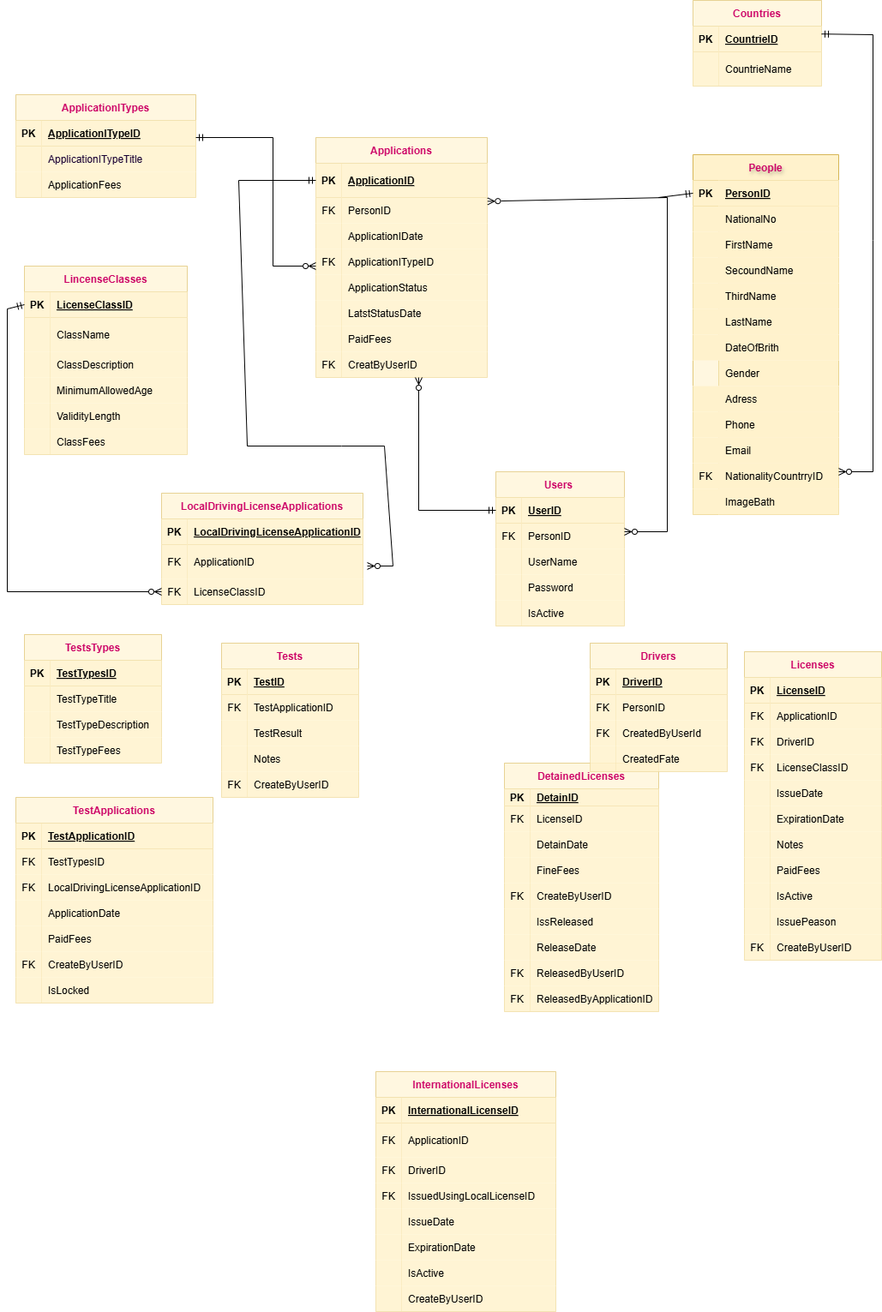
The draw.io diagram Untitled Diagram.drawio.png in azizadiab/Driving-License-Department, before a commit. Source tidied: cells renumbered, new cells last; positions are measured from the earlier drawing's top-left corner, leaving out a move shared by most shapes.
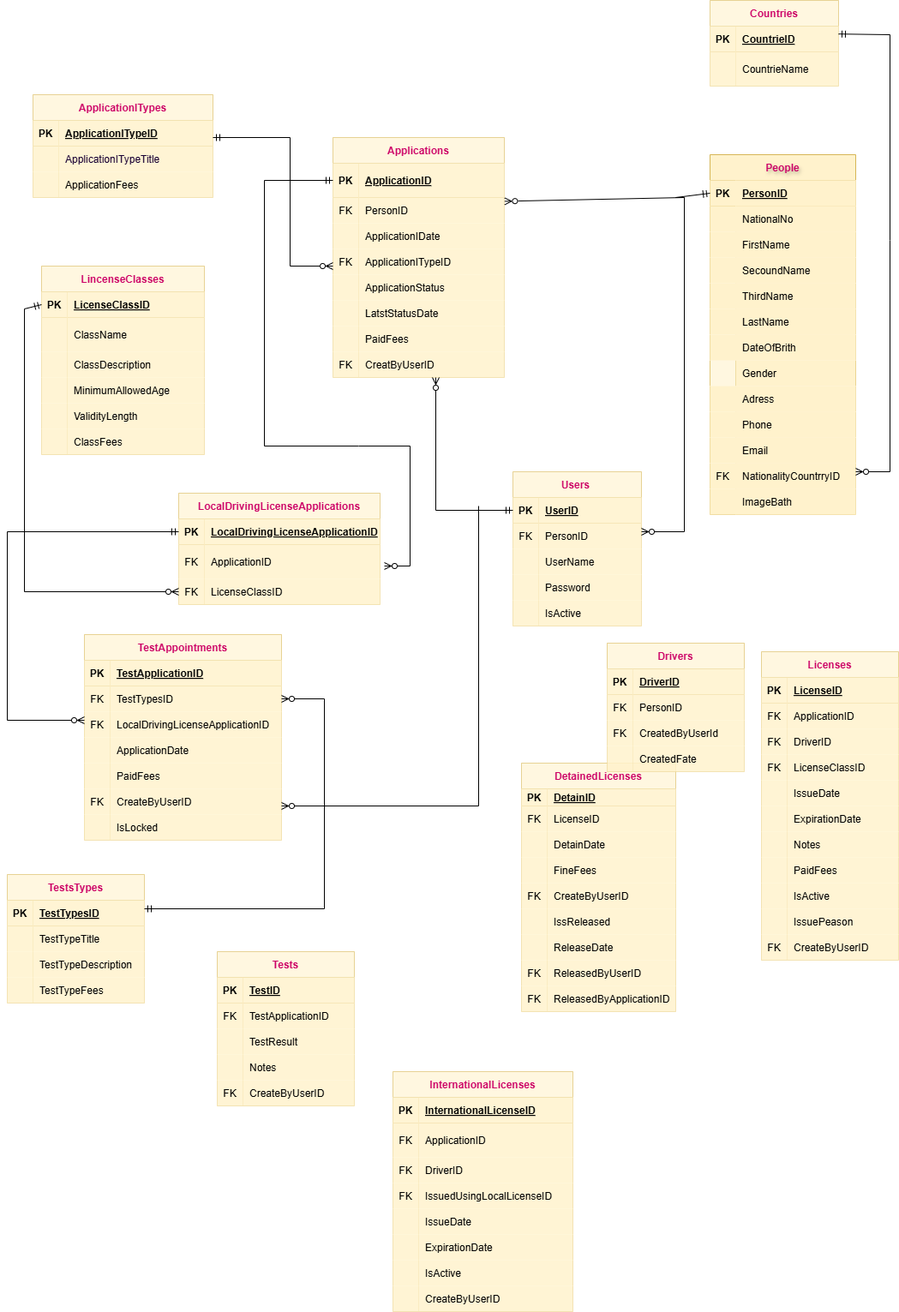
The same file after the commit.

The edit, as a diff of the source:
```diff
@@ -276,7 +276,7 @@
       <mxGeometry x="30" width="180" height="30" as="geometry" />
     </mxCell>
     <mxCell id="93" value="TestsTypes" style="shape=table;startSize=30;rowLines=0;fontStyle=1;align=center;opacity=60;fillColor=#fff2cc;strokeColor=#d6b656;fontColor=#CC0066;" parent="1" vertex="1">
-      <mxGeometry x="20" y="740" width="160" height="150" as="geometry" />
+      <mxGeometry x="-20" y="1020" width="160" height="150" as="geometry" />
     </mxCell>
     <mxCell id="94" style="shape=partialRectangle;fillColor=#fff2cc;top=0;left=0;right=0;bottom=1;opacity=60;strokeColor=#d6b656;" parent="93" vertex="1">
       <mxGeometry y="30" width="160" height="30" as="geometry" />
@@ -314,8 +314,8 @@
     <mxCell id="105" value="TestTypeFees" style="shape=partialRectangle;overflow=hidden;fillColor=#fff2cc;top=0;left=0;bottom=0;right=0;align=left;spacingLeft=6;opacity=60;strokeColor=#d6b656;" parent="103" vertex="1">
       <mxGeometry x="30" width="130" height="30" as="geometry" />
     </mxCell>
-    <mxCell id="106" value="TestApplications" style="shape=table;startSize=30;rowLines=0;fontStyle=1;align=center;opacity=60;fillColor=#fff2cc;strokeColor=#d6b656;fontColor=#CC0066;" parent="1" vertex="1">
-      <mxGeometry x="10" y="930" width="230" height="240" as="geometry" />
+    <mxCell id="106" value="TestAppointments" style="shape=table;startSize=30;rowLines=0;fontStyle=1;align=center;opacity=60;fillColor=#fff2cc;strokeColor=#d6b656;fontColor=#CC0066;" parent="1" vertex="1">
+      <mxGeometry x="70" y="740" width="230" height="240" as="geometry" />
     </mxCell>
     <mxCell id="107" style="shape=partialRectangle;fillColor=#fff2cc;top=0;left=0;right=0;bottom=1;opacity=60;strokeColor=#d6b656;" parent="106" vertex="1">
       <mxGeometry y="30" width="230" height="30" as="geometry" />
@@ -768,7 +768,7 @@
       <mxGeometry x="30" width="180" height="30" as="geometry" />
     </mxCell>
     <mxCell id="257" value="Tests" style="shape=table;startSize=30;rowLines=0;fontStyle=1;align=center;opacity=60;fillColor=#fff2cc;strokeColor=#d6b656;fontColor=#CC0066;" parent="1" vertex="1">
-      <mxGeometry x="250" y="750" width="160" height="180" as="geometry" />
+      <mxGeometry x="225" y="1110" width="160" height="180" as="geometry" />
     </mxCell>
     <mxCell id="258" style="shape=partialRectangle;fillColor=#fff2cc;top=0;left=0;right=0;bottom=1;opacity=60;strokeColor=#d6b656;" parent="257" vertex="1">
       <mxGeometry y="30" width="160" height="30" as="geometry" />
@@ -892,12 +892,39 @@
         <mxPoint x="420" y="660" as="sourcePoint" />
         <Array as="points">
           <mxPoint x="450" y="660" />
-          <mxPoint x="440" y="520" />
+          <mxPoint x="450" y="520" />
           <mxPoint x="390" y="520" />
           <mxPoint x="280" y="520" />
-          <mxPoint x="270" y="210" />
+          <mxPoint x="280" y="210" />
         </Array>
       </mxGeometry>
     </mxCell>
+    <mxCell id="287" style="endArrow=ERzeroToMany;html=1;rounded=0;exitX=0;exitY=0.5;exitDx=0;exitDy=0;startArrow=ERmandOne;startFill=0;endFill=0;" parent="1" edge="1" source="223">
+      <mxGeometry relative="1" as="geometry">
+        <mxPoint x="70" y="840" as="targetPoint" />
+        <Array as="points">
+          <mxPoint x="-20" y="620" />
+          <mxPoint x="-20" y="840" />
+        </Array>
+      </mxGeometry>
+    </mxCell>
+    <mxCell id="288" style="endArrow=ERzeroToMany;html=1;rounded=0;entryX=1;entryY=0.5;entryDx=0;entryDy=0;startArrow=ERmandOne;startFill=0;endFill=0;" parent="1" edge="1" target="110">
+      <mxGeometry relative="1" as="geometry">
+        <mxPoint x="140" y="1060" as="sourcePoint" />
+        <Array as="points">
+          <mxPoint x="350" y="1060" />
+          <mxPoint x="350" y="815" />
+        </Array>
+      </mxGeometry>
+    </mxCell>
+    <mxCell id="289" style="endArrow=none;html=1;rounded=0;startArrow=ERzeroToMany;startFill=0;" parent="1" edge="1">
+      <mxGeometry relative="1" as="geometry">
+        <mxPoint x="300" y="940" as="sourcePoint" />
+        <mxPoint x="530" y="590" as="targetPoint" />
+        <Array as="points">
+          <mxPoint x="530" y="940" />
+        </Array>
+      </mxGeometry>
+    </mxCell>
   </root>
 </mxGraphModel>
```
